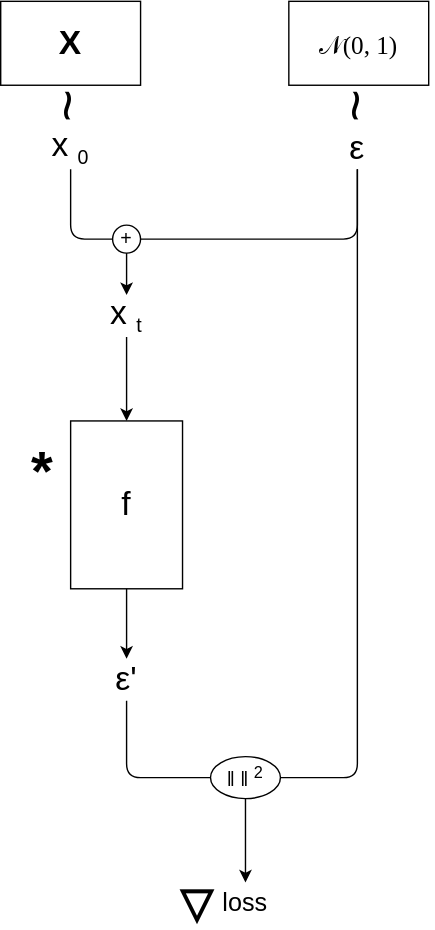
Above: source/images/diagram-diffusion.drawio.svg in k-l-lambda/k-l-lambda.github.io (draw.io), before the change. Source tidied: cells renumbered, new cells last; positions are measured from the earlier drawing's top-left corner, leaving out a move shared by most shapes.
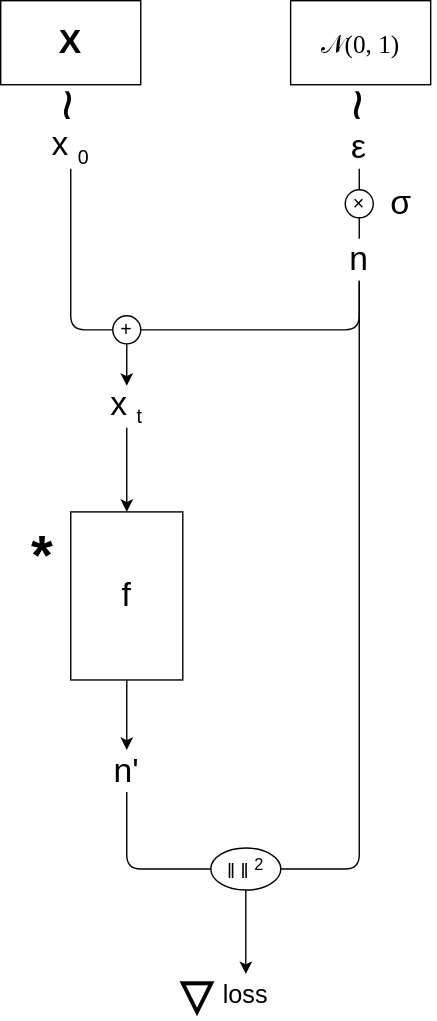
Above is the later version.

Change to the diagram source:
```diff
@@ -3,7 +3,7 @@
     <mxCell id="0" />
     <mxCell id="1" parent="0" />
     <mxCell id="2" style="group;" parent="1" vertex="1">
-      <mxGeometry width="100" height="90" as="geometry" />
+      <mxGeometry y="-65" width="100" height="90" as="geometry" />
     </mxCell>
     <mxCell id="3" value="X" style="whiteSpace=wrap;html=1;fontSize=24;fontStyle=1;" parent="2" vertex="1">
       <mxGeometry width="100" height="60" as="geometry" />
@@ -15,19 +15,19 @@
       <mxGeometry relative="1" as="geometry" />
     </mxCell>
     <mxCell id="6" value="x&lt;sub&gt;&lt;font style=&quot;font-size: 14px;&quot;&gt;0&lt;/font&gt;&lt;/sub&gt;" style="text;strokeColor=none;align=center;fillColor=none;html=1;verticalAlign=middle;whiteSpace=wrap;rounded=0;fontSize=24;" parent="1" vertex="1">
-      <mxGeometry x="20" y="90" width="60" height="30" as="geometry" />
+      <mxGeometry x="20" y="25" width="60" height="30" as="geometry" />
     </mxCell>
-    <mxCell id="7" style="edgeStyle=orthogonalEdgeStyle;html=1;exitX=0.5;exitY=1;exitDx=0;exitDy=0;entryX=1;entryY=0.5;entryDx=0;entryDy=0;fontSize=14;endArrow=none;endFill=0;" parent="1" edge="1" source="9" target="15">
+    <mxCell id="7" style="edgeStyle=orthogonalEdgeStyle;html=1;exitX=0.5;exitY=1;exitDx=0;exitDy=0;entryX=1;entryY=0.5;entryDx=0;entryDy=0;fontSize=14;endArrow=none;endFill=0;" parent="1" edge="1" source="30" target="15">
       <mxGeometry relative="1" as="geometry" />
     </mxCell>
-    <mxCell id="8" style="edgeStyle=orthogonalEdgeStyle;html=1;exitX=0.5;exitY=1;exitDx=0;exitDy=0;entryX=1;entryY=0.5;entryDx=0;entryDy=0;fontSize=14;endArrow=none;endFill=0;" parent="1" edge="1" source="9" target="24">
-      <mxGeometry relative="1" as="geometry" />
-    </mxCell>
+    <mxCell id="28" style="edgeStyle=orthogonalEdgeStyle;html=1;exitX=0.5;exitY=1;exitDx=0;exitDy=0;entryX=0.5;entryY=0;entryDx=0;entryDy=0;fontSize=14;endArrow=none;endFill=0;" parent="1" edge="1" source="9" target="32">
+      <mxGeometry relative="1" as="geometry" />
+    </mxCell>
     <mxCell id="9" value="ε" style="text;strokeColor=none;align=center;fillColor=none;html=1;verticalAlign=middle;whiteSpace=wrap;rounded=0;fontSize=24;" parent="1" vertex="1">
-      <mxGeometry x="225" y="90" width="60" height="30" as="geometry" />
+      <mxGeometry x="226" y="25" width="60" height="30" as="geometry" />
     </mxCell>
     <mxCell id="10" style="group;fontFamily=Courier New;fontStyle=0;" parent="1" vertex="1">
-      <mxGeometry x="210" width="100" height="90" as="geometry" />
+      <mxGeometry x="211" y="-65" width="100" height="90" as="geometry" />
     </mxCell>
     <mxCell id="11" value="&lt;font style=&quot;font-weight: normal; font-size: 18px;&quot; face=&quot;Times New Roman&quot;&gt;𝒩(0, 1)&lt;/font&gt;" style="whiteSpace=wrap;html=1;fontSize=24;fontStyle=1;" parent="10" vertex="1">
       <mxGeometry x="-4" width="100" height="60" as="geometry" />
@@ -57,12 +57,12 @@
       <mxGeometry width="80" height="120" as="geometry" />
     </mxCell>
     <mxCell id="20" value="&lt;b&gt;*&lt;/b&gt;" style="text;strokeColor=none;align=center;fillColor=none;html=1;verticalAlign=middle;whiteSpace=wrap;rounded=0;fontSize=40;" parent="1" vertex="1">
-      <mxGeometry y="320" width="60" height="30" as="geometry" />
+      <mxGeometry y="315" width="60" height="30" as="geometry" />
     </mxCell>
     <mxCell id="21" style="edgeStyle=orthogonalEdgeStyle;html=1;exitX=0.5;exitY=1;exitDx=0;exitDy=0;entryX=0;entryY=0.5;entryDx=0;entryDy=0;fontSize=14;endArrow=none;endFill=0;" parent="1" edge="1" source="22" target="24">
       <mxGeometry relative="1" as="geometry" />
     </mxCell>
-    <mxCell id="22" value="ε'" style="text;strokeColor=none;align=center;fillColor=none;html=1;verticalAlign=middle;whiteSpace=wrap;rounded=0;fontSize=24;" parent="1" vertex="1">
+    <mxCell id="22" value="n'" style="text;strokeColor=none;align=center;fillColor=none;html=1;verticalAlign=middle;whiteSpace=wrap;rounded=0;fontSize=24;" parent="1" vertex="1">
       <mxGeometry x="60" y="470" width="60" height="30" as="geometry" />
     </mxCell>
     <mxCell id="23" style="edgeStyle=orthogonalEdgeStyle;html=1;exitX=0.5;exitY=1;exitDx=0;exitDy=0;entryX=0.5;entryY=0;entryDx=0;entryDy=0;fontSize=14;endArrow=classic;endFill=1;" parent="1" edge="1" source="19" target="22">
@@ -82,5 +82,20 @@
     <mxCell id="27" value="loss" style="text;strokeColor=none;align=center;fillColor=none;html=1;verticalAlign=middle;whiteSpace=wrap;rounded=0;fontSize=18;" parent="1" vertex="1">
       <mxGeometry x="145" y="630" width="60" height="30" as="geometry" />
     </mxCell>
+    <mxCell id="29" style="edgeStyle=orthogonalEdgeStyle;html=1;exitX=0.5;exitY=1;exitDx=0;exitDy=0;entryX=1;entryY=0.5;entryDx=0;entryDy=0;fontSize=14;endArrow=none;endFill=0;" parent="1" edge="1" source="30" target="24">
+      <mxGeometry relative="1" as="geometry" />
+    </mxCell>
+    <mxCell id="30" value="n" style="text;strokeColor=none;align=center;fillColor=none;html=1;verticalAlign=middle;whiteSpace=wrap;rounded=0;fontSize=24;" parent="1" vertex="1">
+      <mxGeometry x="226" y="105" width="60" height="30" as="geometry" />
+    </mxCell>
+    <mxCell id="31" style="edgeStyle=orthogonalEdgeStyle;html=1;exitX=0.5;exitY=1;exitDx=0;exitDy=0;entryX=0.5;entryY=0;entryDx=0;entryDy=0;fontSize=14;endArrow=none;endFill=0;" parent="1" edge="1" source="32" target="30">
+      <mxGeometry relative="1" as="geometry" />
+    </mxCell>
+    <mxCell id="32" value="×" style="ellipse;whiteSpace=wrap;html=1;fontSize=14;" parent="1" vertex="1">
+      <mxGeometry x="246" y="70" width="20" height="20" as="geometry" />
+    </mxCell>
+    <mxCell id="33" value="σ" style="text;strokeColor=none;align=center;fillColor=none;html=1;verticalAlign=middle;whiteSpace=wrap;rounded=0;fontSize=24;" parent="1" vertex="1">
+      <mxGeometry x="266" y="65" width="40" height="30" as="geometry" />
+    </mxCell>
   </root>
 </mxGraphModel>
```
